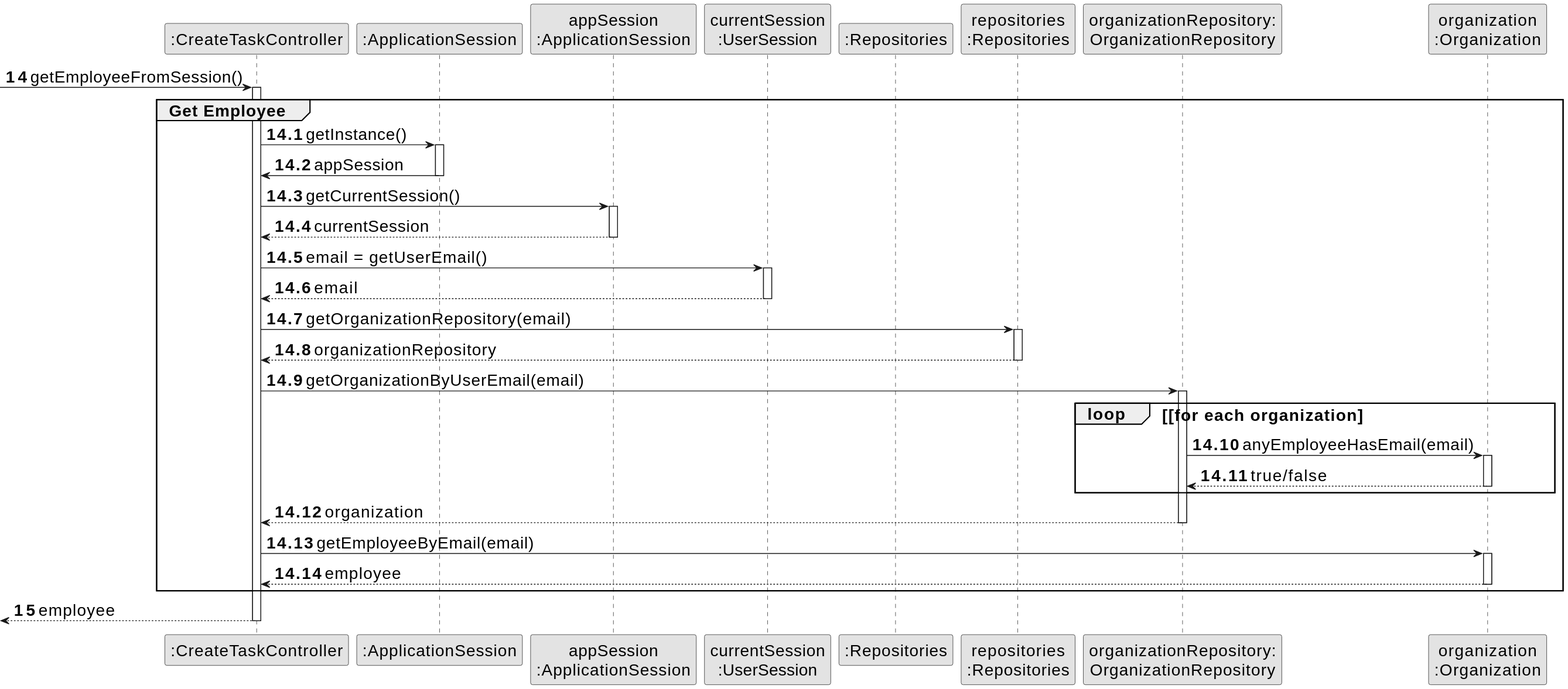
Rodrick0209/ISEP-LAPR2-22-23 keeps this PlantUML diagram as docs/Sprint-B/US004/03.design/svg/us004-sequence-diagram-partial-get-property-type.svg. Above is the earlier version. Source of this version:
```plantuml
@startuml
skinparamlocked defaultFontSize 20
skinparam monochrome true
skinparam packageStyle rectangle
skinparam shadowing false



participant ":CreateTaskController" as CTRL
participant ":ApplicationSession" as _APP
participant "appSession\n:ApplicationSession" as APP
participant "currentSession\n:UserSession" as SESSAO
participant ":Repositories" as RepositorySingleton
participant "repositories\n:Repositories" as PLAT
participant "organizationRepository:\nOrganizationRepository" as OrganizationRepository
participant "organization\n:Organization" as ORG

autonumber 14
-> CTRL : getEmployeeFromSession()
autonumber 14.1
activate CTRL

    group Get Employee
        CTRL -> _APP: getInstance()
        activate _APP
            _APP -> CTRL: appSession
        deactivate _APP

        CTRL -> APP: getCurrentSession()
        activate APP

            APP --> CTRL: currentSession
        deactivate APP

        CTRL -> SESSAO: email = getUserEmail()
        activate SESSAO

            SESSAO --> CTRL: email
        deactivate SESSAO

        CTRL -> PLAT: getOrganizationRepository(email)
        activate PLAT

            PLAT --> CTRL: organizationRepository
        deactivate PLAT

        CTRL -> OrganizationRepository: getOrganizationByUserEmail(email)
        activate OrganizationRepository

            loop [for each organization
                OrganizationRepository -> ORG : anyEmployeeHasEmail(email)
                activate ORG

                     ORG --> OrganizationRepository : true/false
                deactivate ORG
            end

            OrganizationRepository --> CTRL : organization

        deactivate OrganizationRepository

        CTRL -> ORG: getEmployeeByEmail(email)
        activate ORG

            ORG --> CTRL : employee
        deactivate ORG
    end
    autonumber 15
    <-- CTRL : employee
deactivate CTRL
@enduml
```
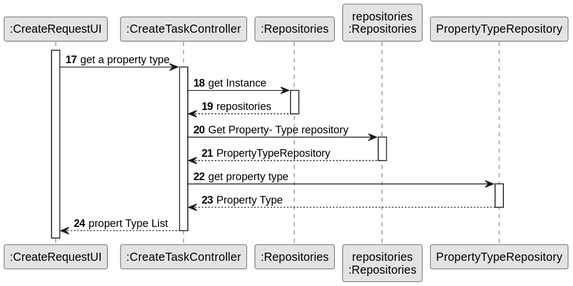
Above is the later version.

Change to the diagram source:
```diff
@@ -1,71 +1,40 @@
 @startuml
-skinparamlocked defaultFontSize 20
 skinparam monochrome true
 skinparam packageStyle rectangle
 skinparam shadowing false
 
 
 
+participant ":CreateRequestUI" as UI
 participant ":CreateTaskController" as CTRL
-participant ":ApplicationSession" as _APP
-participant "appSession\n:ApplicationSession" as APP
-participant "currentSession\n:UserSession" as SESSAO
-participant ":Repositories" as RepositorySingleton
+participant ":Repositories" as Rep
 participant "repositories\n:Repositories" as PLAT
-participant "organizationRepository:\nOrganizationRepository" as OrganizationRepository
-participant "organization\n:Organization" as ORG
+participant "PropertyTypeRepository" as ProType
 
-autonumber 14
--> CTRL : getEmployeeFromSession()
-autonumber 14.1
+autonumber 17
+activate UI
+UI -> CTRL : get a property type
+
 activate CTRL
+    CTRL -> Rep : get Instance
 
-    group Get Employee
-        CTRL -> _APP: getInstance()
-        activate _APP
-            _APP -> CTRL: appSession
-        deactivate _APP
+    activate Rep
 
-        CTRL -> APP: getCurrentSession()
-        activate APP
+    Rep --> CTRL: repositories
+    deactivate Rep
 
-            APP --> CTRL: currentSession
-        deactivate APP
+    CTRL -> PLAT : Get Property- Type repository
+    activate PLAT
 
-        CTRL -> SESSAO: email = getUserEmail()
-        activate SESSAO
+    PLAT --> CTRL : PropertyTypeRepository
+    deactivate PLAT
 
-            SESSAO --> CTRL: email
-        deactivate SESSAO
+    CTRL -> ProType :get property type
+    activate ProType
 
-        CTRL -> PLAT: getOrganizationRepository(email)
-        activate PLAT
+    ProType --> CTRL : Property Type
+    deactivate ProType
 
-            PLAT --> CTRL: organizationRepository
-        deactivate PLAT
-
-        CTRL -> OrganizationRepository: getOrganizationByUserEmail(email)
-        activate OrganizationRepository
-
-            loop [for each organization
-                OrganizationRepository -> ORG : anyEmployeeHasEmail(email)
-                activate ORG
-
-                     ORG --> OrganizationRepository : true/false
-                deactivate ORG
-            end
-
-            OrganizationRepository --> CTRL : organization
-
-        deactivate OrganizationRepository
-
-        CTRL -> ORG: getEmployeeByEmail(email)
-        activate ORG
-
-            ORG --> CTRL : employee
-        deactivate ORG
-    end
-    autonumber 15
-    <-- CTRL : employee
-deactivate CTRL
+    CTRL --> UI : propert Type List
+    deactivate CTRL
 @enduml
```
